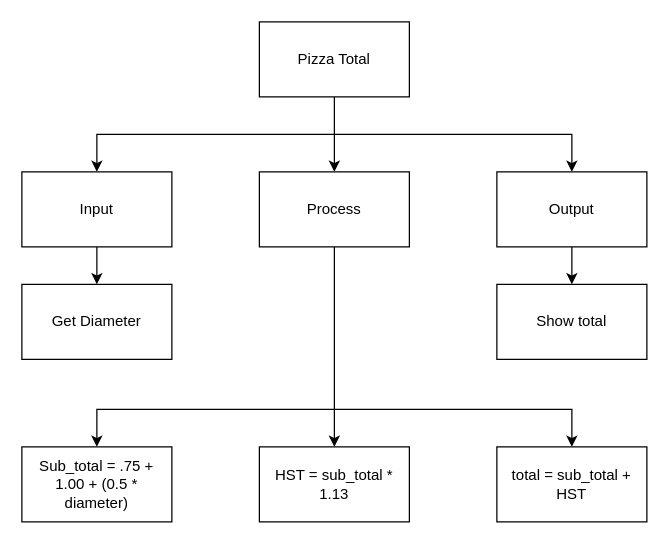
The draw.io diagram Draw.io/topdown.drawio in Peter-Gemmell/ICS3U-Unit4-06-Python, before the edit. Source tidied: cells renumbered, new cells numbered last; positions are measured from the earlier drawing's top-left corner, leaving out a move shared by most shapes. Both pictures are drawn from the tidied source at 125%, with x=0, y=0 at pixel (21, 21).
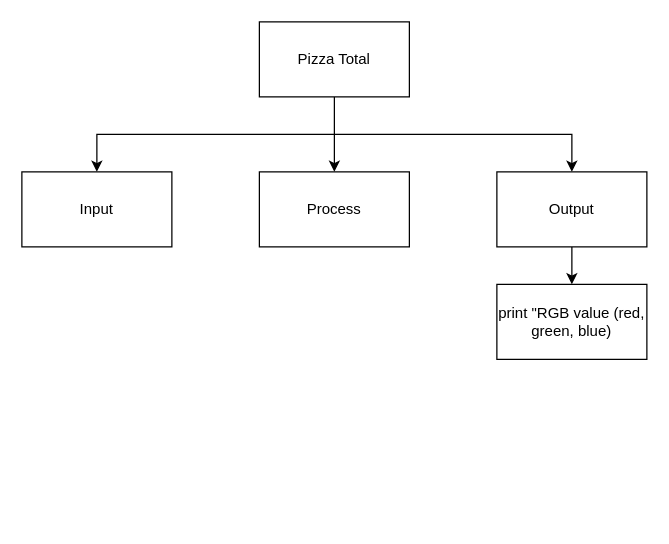
Above is the later version.

Unchanged cells that the change refers to:
```xml
<mxCell id="7" value="Input" style="rounded=0;whiteSpace=wrap;html=1;" parent="1" vertex="1">
  <mxGeometry y="120" width="120" height="60" as="geometry" />
</mxCell>
<mxCell id="11" value="Process" style="rounded=0;whiteSpace=wrap;html=1;" parent="1" vertex="1">
  <mxGeometry x="190" y="120" width="120" height="60" as="geometry" />
</mxCell>
```

Change to the diagram source:
```diff
@@
-    <mxCell id="6" style="edgeStyle=none;rounded=0;html=1;" parent="1" edge="1" source="7" target="14">
-      <mxGeometry relative="1" as="geometry" />
-    </mxCell>
@@
-    <mxCell id="8" style="edgeStyle=none;rounded=0;html=1;" parent="1" edge="1" source="11" target="16">
-      <mxGeometry relative="1" as="geometry" />
-    </mxCell>
-    <mxCell id="9" style="edgeStyle=none;rounded=0;html=1;entryX=0.5;entryY=0;entryDx=0;entryDy=0;" parent="1" edge="1" target="18">
-      <mxGeometry relative="1" as="geometry">
-        <mxPoint x="250" y="310" as="sourcePoint" />
-        <Array as="points">
-          <mxPoint x="440" y="310" />
-        </Array>
-      </mxGeometry>
-    </mxCell>
-    <mxCell id="10" style="edgeStyle=none;rounded=0;html=1;entryX=0.5;entryY=0;entryDx=0;entryDy=0;" parent="1" edge="1" target="17">
-      <mxGeometry relative="1" as="geometry">
-        <mxPoint x="250" y="310" as="sourcePoint" />
-        <Array as="points">
-          <mxPoint x="60" y="310" />
-        </Array>
-      </mxGeometry>
-    </mxCell>
@@
-    <mxCell id="14" value="Get Diameter" style="rounded=0;whiteSpace=wrap;html=1;" parent="1" vertex="1">
-      <mxGeometry y="210" width="120" height="60" as="geometry" />
-    </mxCell>
-    <mxCell id="15" value="Show total" style="rounded=0;whiteSpace=wrap;html=1;" parent="1" vertex="1">
+    <mxCell id="15" value="print &quot;RGB value (red, green, blue)" style="rounded=0;whiteSpace=wrap;html=1;" parent="1" vertex="1">
       <mxGeometry x="380" y="210" width="120" height="60" as="geometry" />
     </mxCell>
-    <mxCell id="16" value="HST = sub_total * 1.13" style="rounded=0;whiteSpace=wrap;html=1;" parent="1" vertex="1">
-      <mxGeometry x="190" y="340" width="120" height="60" as="geometry" />
-    </mxCell>
-    <mxCell id="17" value="Sub_total = .75 + 1.00 + (0.5 * diameter)" style="rounded=0;whiteSpace=wrap;html=1;" parent="1" vertex="1">
-      <mxGeometry y="340" width="120" height="60" as="geometry" />
-    </mxCell>
-    <mxCell id="18" value="total = sub_total + HST" style="rounded=0;whiteSpace=wrap;html=1;" parent="1" vertex="1">
-      <mxGeometry x="380" y="340" width="120" height="60" as="geometry" />
-    </mxCell>
```
